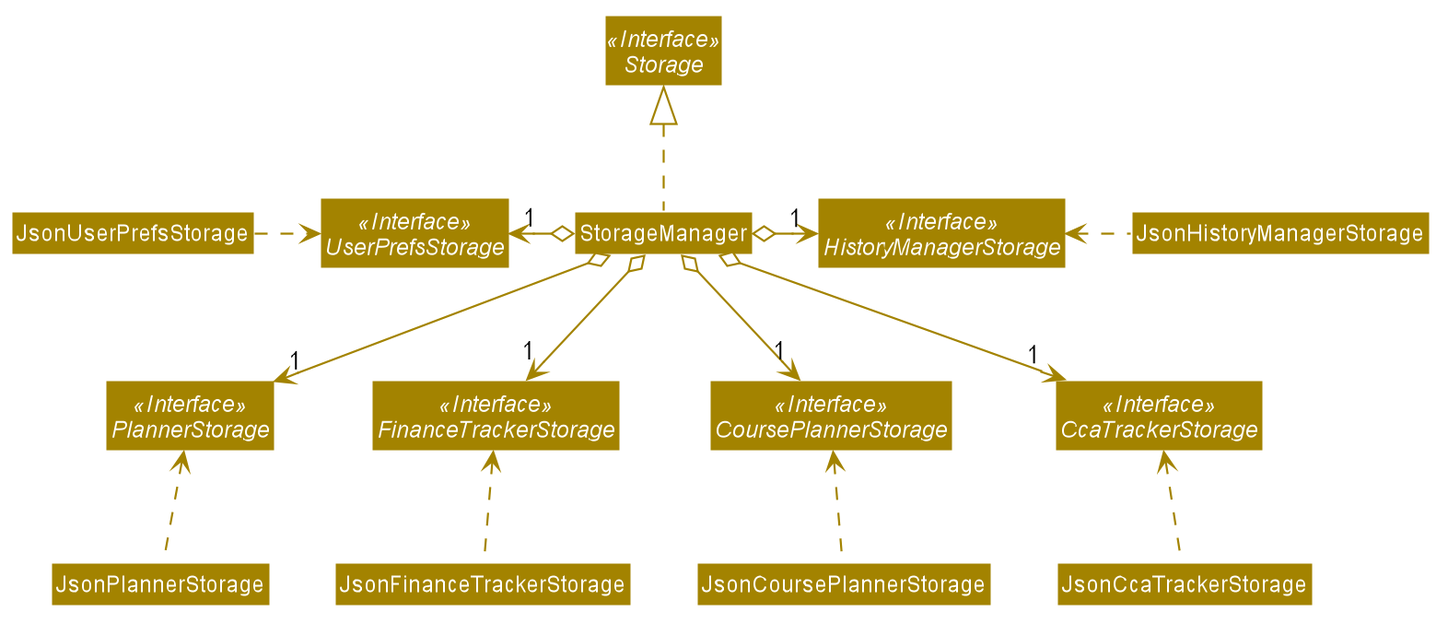
nus-cs2103-AY1920S1/addressbook-level3 keeps this PlantUML diagram as docs/images/storage/UpdatedStorageClassDiagram.png. Above is the earlier version. Its diagram source:
```plantuml
@startuml








skinparam BackgroundColor #FFFFFFF

skinparam Shadowing false

skinparam Class {
    FontColor #FFFFFF
    BorderThickness 1
    BorderColor #FFFFFF
    StereotypeFontColor #FFFFFF
    FontName Arial
}

skinparam Actor {
    BorderColor #000000
    Color #000000
    FontName Arial
}

skinparam Sequence {
    MessageAlign center
    BoxFontSize 15
    BoxPadding 0
    BoxFontColor #FFFFFF
    FontName Arial
}

skinparam Participant {
    FontColor #FFFFFFF
    Padding 20
}

skinparam MinClassWidth 50
skinparam ParticipantPadding 10
skinparam Shadowing false
skinparam DefaultTextAlignment center
skinparam packageStyle Rectangle

hide footbox
hide members
hide circle
skinparam arrowThickness 1.1
skinparam arrowColor #A38300
skinparam classBackgroundColor #A38300

Interface Storage <<Interface>>
Interface UserPrefsStorage <<Interface>>
Interface HistoryManagerStorage <<Interface>>
Interface CcaTrackerStorage <<Interface>>
Interface CoursePlannerStorage <<Interface>>
Interface FinanceTrackerStorage <<Interface>>
Interface PlannerStorage <<Interface>>

Class StorageManager
Class JsonUserPrefsStorage
Class JsonHistoryManagerStorage
Class JsonCcaTrackerStorage
Class JsonCoursePlannerStorage
Class JsonFinanceTrackerStorage
Class JsonPlannerStorage

StorageManager .up.|> Storage

StorageManager o-left-> "1" UserPrefsStorage
StorageManager o-right-> "1" HistoryManagerStorage
StorageManager o-down-> "1" CcaTrackerStorage
StorageManager o-down-> "1" CoursePlannerStorage
StorageManager o-down-> "1" FinanceTrackerStorage
StorageManager o-down-> "1" PlannerStorage

JsonUserPrefsStorage .right.> UserPrefsStorage
JsonHistoryManagerStorage .left.> HistoryManagerStorage
JsonCcaTrackerStorage .up.> CcaTrackerStorage
JsonCoursePlannerStorage .up.> CoursePlannerStorage
JsonFinanceTrackerStorage .up.> FinanceTrackerStorage
JsonPlannerStorage .up.> PlannerStorage

@enduml
```
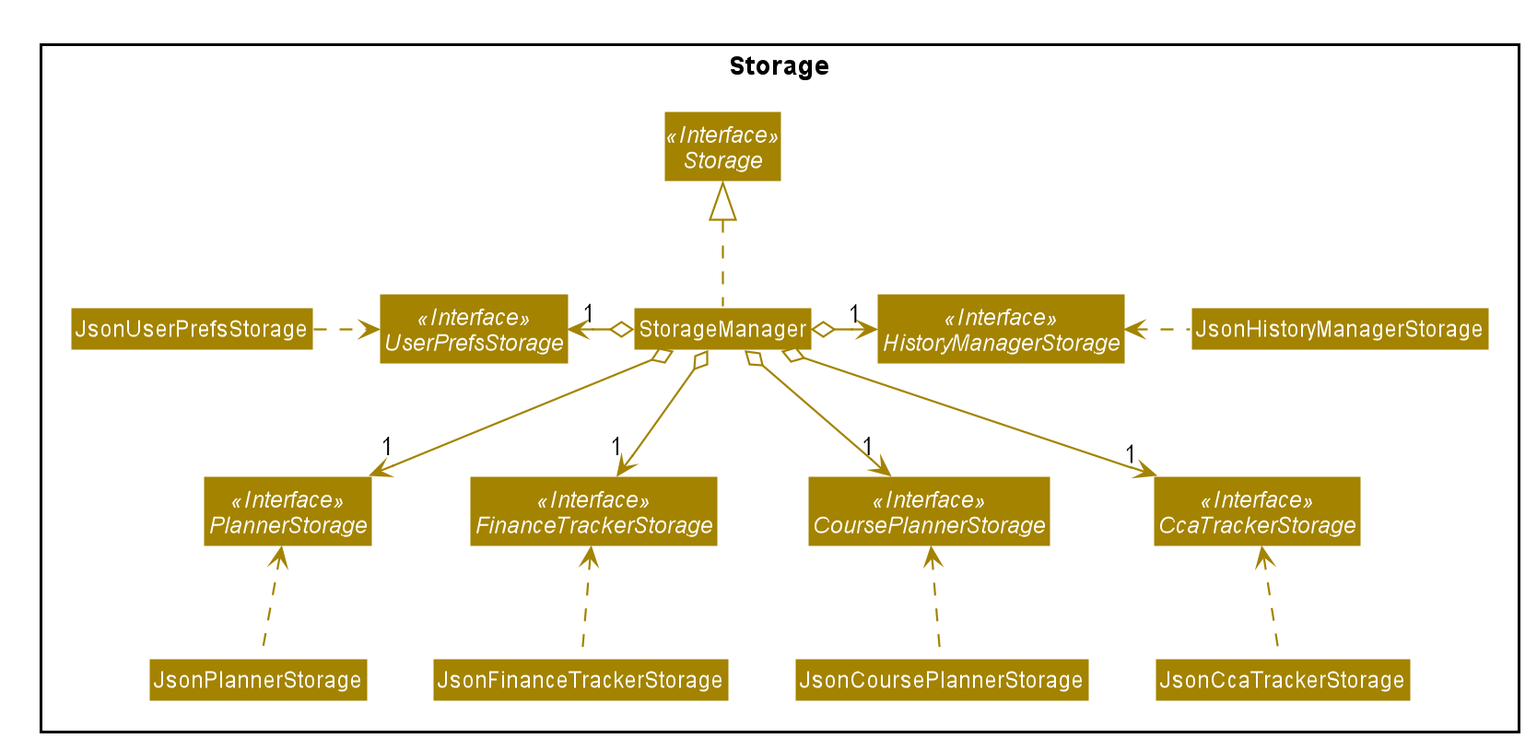
After the change.

Change to the diagram source:
```diff
@@ -51,21 +51,23 @@
 skinparam arrowColor #A38300
 skinparam classBackgroundColor #A38300
 
-Interface Storage <<Interface>>
-Interface UserPrefsStorage <<Interface>>
-Interface HistoryManagerStorage <<Interface>>
-Interface CcaTrackerStorage <<Interface>>
-Interface CoursePlannerStorage <<Interface>>
-Interface FinanceTrackerStorage <<Interface>>
-Interface PlannerStorage <<Interface>>
+Package Storage <<Rectangle>> {
+    Interface Storage <<Interface>>
+    Interface UserPrefsStorage <<Interface>>
+    Interface HistoryManagerStorage <<Interface>>
+    Interface CcaTrackerStorage <<Interface>>
+    Interface CoursePlannerStorage <<Interface>>
+    Interface FinanceTrackerStorage <<Interface>>
+    Interface PlannerStorage <<Interface>>
 
-Class StorageManager
-Class JsonUserPrefsStorage
-Class JsonHistoryManagerStorage
-Class JsonCcaTrackerStorage
-Class JsonCoursePlannerStorage
-Class JsonFinanceTrackerStorage
-Class JsonPlannerStorage
+    Class StorageManager
+    Class JsonUserPrefsStorage
+    Class JsonHistoryManagerStorage
+    Class JsonCcaTrackerStorage
+    Class JsonCoursePlannerStorage
+    Class JsonFinanceTrackerStorage
+    Class JsonPlannerStorage
+}
 
 StorageManager .up.|> Storage
 
```
